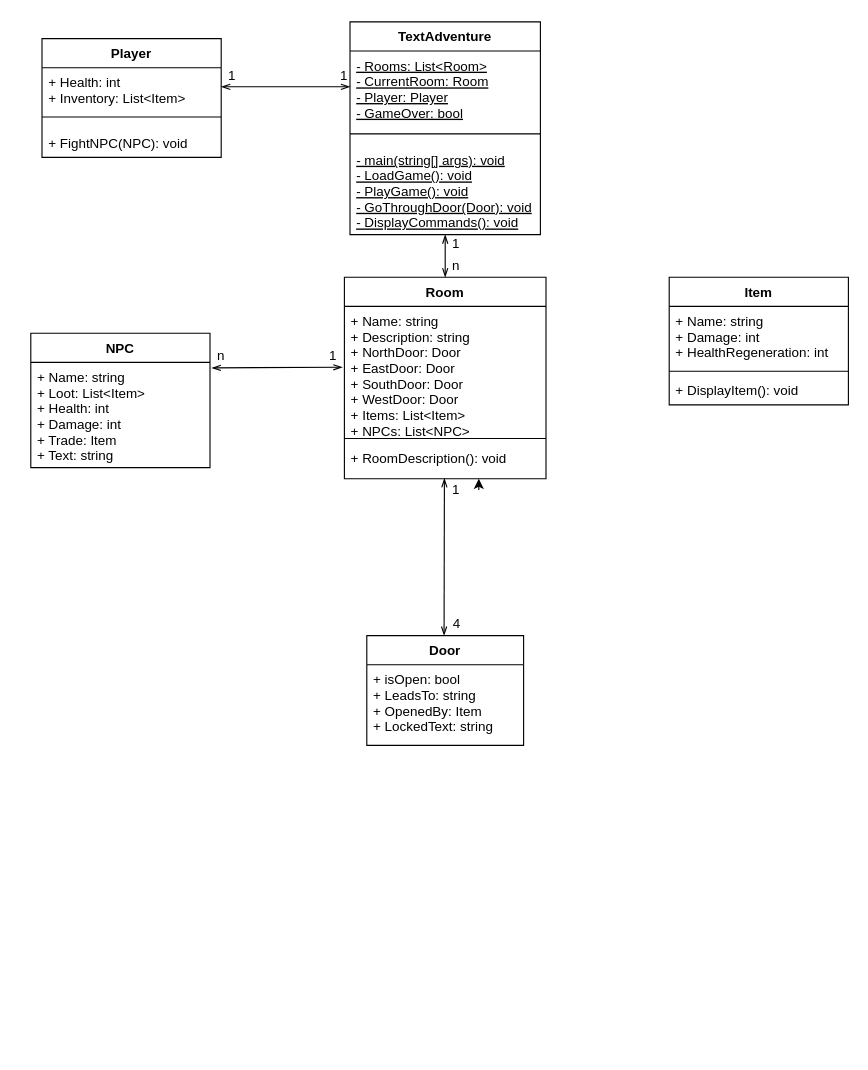
Before: Concept/UML/Classes.drawio in keckluis/Softwaredesign_Abschlussaufgabe, a draw.io diagram. Source tidied: cells renumbered, new cells numbered last; positions are measured from the earlier drawing's top-left corner, leaving out a move shared by most shapes. Both pictures are drawn from the tidied source at 112%, with x=0, y=0 at pixel (30, 21).
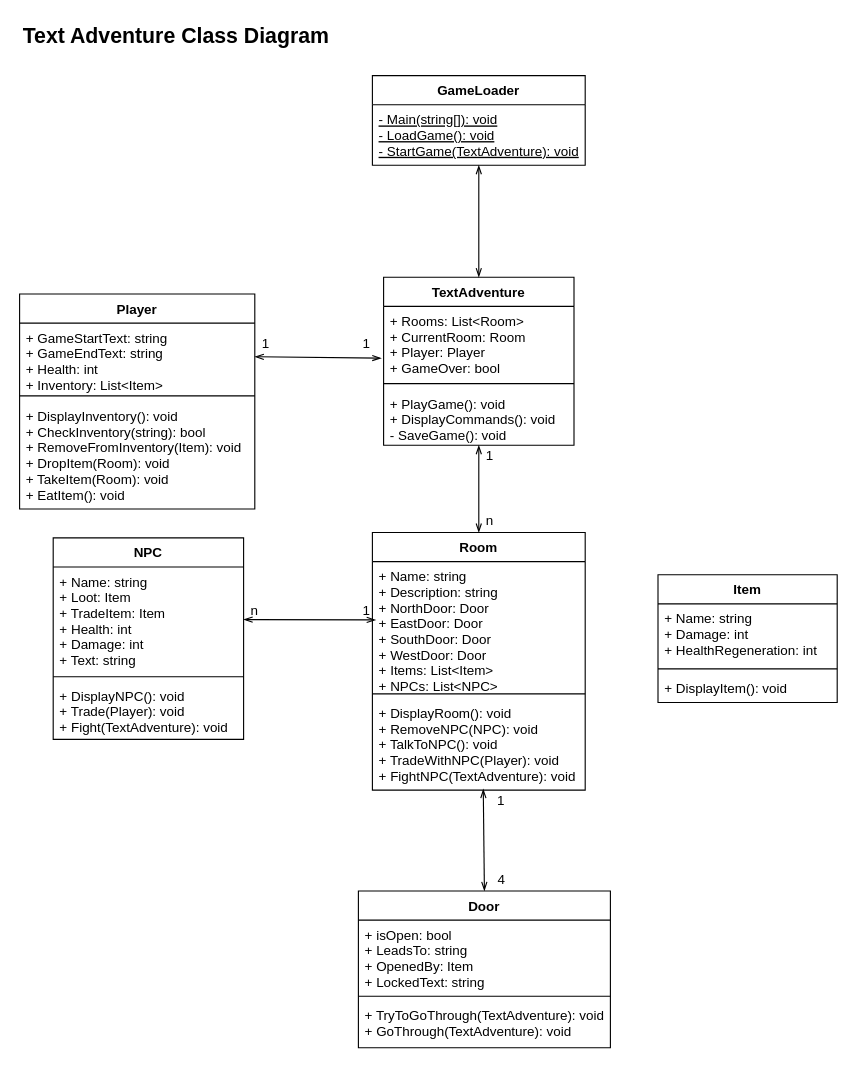
After the change.

Diff of the diagram source:
```diff
@@
     <mxCell id="2" value="TextAdventure" style="swimlane;fontStyle=1;align=center;verticalAlign=top;horizontal=1;startSize=26;" parent="1" vertex="1">
-      <mxGeometry x="285" width="170" height="190" as="geometry" />
+      <mxGeometry x="315" y="228" width="170" height="150" as="geometry" />
     </mxCell>
-    <mxCell id="3" value="- Rooms: List&lt;Room&gt;&#10;- CurrentRoom: Room&#10;- Player: Player&#10;- GameOver: bool" style="text;strokeColor=none;fillColor=none;align=left;verticalAlign=top;spacingLeft=4;spacingRight=4;overflow=hidden;points=[[0,0.5],[1,0.5]];portConstraint=eastwest;fontStyle=4;" parent="2" vertex="1">
+    <mxCell id="3" value="+ Rooms: List&lt;Room&gt;&#10;+ CurrentRoom: Room&#10;+ Player: Player&#10;+ GameOver: bool" style="text;strokeColor=none;fillColor=none;align=left;verticalAlign=top;spacingLeft=4;spacingRight=4;overflow=hidden;points=[[0,0.5],[1,0.5]];portConstraint=eastwest;fontStyle=0;" parent="2" vertex="1">
       <mxGeometry y="26" width="170" height="64" as="geometry" />
     </mxCell>
     <mxCell id="4" style="line;strokeWidth=1;fillColor=none;align=left;verticalAlign=middle;spacingTop=-1;spacingLeft=3;spacingRight=3;labelPosition=right;" parent="2" vertex="1">
-      <mxGeometry y="90" width="170" height="20" as="geometry" />
+      <mxGeometry y="90" width="170" height="10" as="geometry" />
     </mxCell>
-    <mxCell id="5" value="- main(string[] args): void&#10;- LoadGame(): void&#10;- PlayGame(): void&#10;- GoThroughDoor(Door): void&#10;- DisplayCommands(): void" style="text;strokeColor=none;fillColor=none;align=left;verticalAlign=top;spacingLeft=4;spacingRight=4;overflow=hidden;points=[[0,0.5],[1,0.5]];portConstraint=eastwest;fontStyle=4;" parent="2" vertex="1">
-      <mxGeometry y="110" width="170" height="80" as="geometry" />
+    <mxCell id="5" value="+ PlayGame(): void&#10;+ DisplayCommands(): void&#10;- SaveGame(): void" style="text;strokeColor=none;fillColor=none;align=left;verticalAlign=top;spacingLeft=4;spacingRight=4;overflow=hidden;points=[[0,0.5],[1,0.5]];portConstraint=eastwest;fontStyle=0;" parent="2" vertex="1">
+      <mxGeometry y="100" width="170" height="50" as="geometry" />
     </mxCell>
     <mxCell id="6" value="Room" style="swimlane;fontStyle=1;align=center;verticalAlign=top;horizontal=1;startSize=26;" parent="1" vertex="1">
-      <mxGeometry x="280" y="228" width="180" height="180" as="geometry" />
+      <mxGeometry x="305" y="456" width="190" height="230" as="geometry" />
     </mxCell>
     <mxCell id="7" value="+ Name: string&#10;+ Description: string&#10;+ NorthDoor: Door&#10;+ EastDoor: Door&#10;+ SouthDoor: Door&#10;+ WestDoor: Door&#10;+ Items: List&lt;Item&gt;&#10;+ NPCs: List&lt;NPC&gt;" style="text;strokeColor=none;fillColor=none;align=left;verticalAlign=top;spacingLeft=4;spacingRight=4;overflow=hidden;points=[[0,0.5],[1,0.5]];portConstraint=eastwest;" parent="6" vertex="1">
-      <mxGeometry y="26" width="180" height="114" as="geometry" />
+      <mxGeometry y="26" width="190" height="114" as="geometry" />
     </mxCell>
     <mxCell id="8" style="line;strokeWidth=1;fillColor=none;align=left;verticalAlign=middle;spacingTop=-1;spacingLeft=3;spacingRight=3;labelPosition=right;" parent="6" vertex="1">
-      <mxGeometry y="140" width="180" height="8" as="geometry" />
+      <mxGeometry y="140" width="190" height="8" as="geometry" />
     </mxCell>
-    <mxCell id="9" value="+ RoomDescription(): void&#10;" style="text;strokeColor=none;fillColor=none;align=left;verticalAlign=top;spacingLeft=4;spacingRight=4;overflow=hidden;points=[[0,0.5],[1,0.5]];portConstraint=eastwest;" parent="6" vertex="1">
-      <mxGeometry y="148" width="180" height="32" as="geometry" />
+    <mxCell id="9" value="+ DisplayRoom(): void&#10;+ RemoveNPC(NPC): void&#10;+ TalkToNPC(): void&#10;+ TradeWithNPC(Player): void&#10;+ FightNPC(TextAdventure): void&#10;" style="text;strokeColor=none;fillColor=none;align=left;verticalAlign=top;spacingLeft=4;spacingRight=4;overflow=hidden;points=[[0,0.5],[1,0.5]];portConstraint=eastwest;" parent="6" vertex="1">
+      <mxGeometry y="148" width="190" height="82" as="geometry" />
     </mxCell>
-    <mxCell id="10" value="Door" style="swimlane;fontStyle=1;horizontal=1;startSize=26;fillColor=none;" parent="1" vertex="1">
-      <mxGeometry x="300" y="548" width="140" height="98" as="geometry" />
-    </mxCell>
-    <mxCell id="11" value="+ isOpen: bool&#10;+ LeadsTo: string&#10;+ OpenedBy: Item&#10;+ LockedText: string" style="text;strokeColor=none;fillColor=none;align=left;verticalAlign=top;spacingLeft=4;spacingRight=4;overflow=hidden;" parent="10" vertex="1">
-      <mxGeometry y="26" width="140" height="72" as="geometry" />
-    </mxCell>
-    <mxCell id="12" style="endArrow=openThin;startArrow=openThin;html=1;entryX=0.496;entryY=0.985;entryDx=0;entryDy=0;entryPerimeter=0;startFill=0;endFill=0;" parent="1" edge="1" target="9">
+    <mxCell id="12" style="endArrow=openThin;startArrow=openThin;html=1;startFill=0;endFill=0;exitX=0.5;exitY=0;exitDx=0;exitDy=0;" parent="1" edge="1" source="10">
       <mxGeometry relative="1" as="geometry">
-        <mxPoint x="369" y="548" as="sourcePoint" />
+        <mxPoint x="404" y="685" as="targetPoint" />
       </mxGeometry>
     </mxCell>
-    <mxCell id="13" style="edgeStyle=orthogonalEdgeStyle;rounded=0;jettySize=auto;html=1;exitX=1;exitY=0.5;exitDx=0;exitDy=0;" parent="1" edge="1" source="14">
-      <mxGeometry relative="1" as="geometry">
-        <mxPoint x="400" y="408" as="targetPoint" />
-      </mxGeometry>
-    </mxCell>
-    <mxCell id="14" value="1" style="text;html=1;strokeColor=none;fillColor=none;align=center;verticalAlign=middle;whiteSpace=wrap;rounded=0;" parent="1" vertex="1">
-      <mxGeometry x="360" y="408" width="40" height="20" as="geometry" />
-    </mxCell>
     <mxCell id="15" value="4" style="text;html=1;align=center;verticalAlign=middle;" parent="1" vertex="1">
-      <mxGeometry x="370" y="528" width="20" height="20" as="geometry" />
+      <mxGeometry x="410" y="756" width="20" height="20" as="geometry" />
     </mxCell>
@@
     <mxCell id="17" value="1" style="text;html=1;strokeColor=none;fillColor=none;align=center;verticalAlign=middle;whiteSpace=wrap;rounded=0;" parent="1" vertex="1">
-      <mxGeometry x="360" y="188" width="40" height="20" as="geometry" />
+      <mxGeometry x="390" y="378" width="40" height="20" as="geometry" />
     </mxCell>
     <mxCell id="18" value="n" style="text;html=1;strokeColor=none;fillColor=none;align=center;verticalAlign=middle;whiteSpace=wrap;rounded=0;" parent="1" vertex="1">
-      <mxGeometry x="360" y="208" width="40" height="20" as="geometry" />
+      <mxGeometry x="390" y="436" width="40" height="20" as="geometry" />
     </mxCell>
-    <mxCell id="19" value="NPC" style="swimlane;fontStyle=1;align=center;verticalAlign=top;horizontal=1;startSize=26;" parent="1" vertex="1">
-      <mxGeometry y="278" width="160" height="120" as="geometry" />
-    </mxCell>
-    <mxCell id="20" value="+ Name: string&#10;+ Loot: List&lt;Item&gt;&#10;+ Health: int&#10;+ Damage: int&#10;+ Trade: Item&#10;+ Text: string" style="text;strokeColor=none;fillColor=none;align=left;verticalAlign=top;spacingLeft=4;spacingRight=4;overflow=hidden;points=[[0,0.5],[1,0.5]];portConstraint=eastwest;" parent="19" vertex="1">
-      <mxGeometry y="26" width="160" height="94" as="geometry" />
-    </mxCell>
-    <mxCell id="21" style="rounded=0;jettySize=auto;html=1;startArrow=openThin;startFill=0;endArrow=openThin;endFill=0;entryX=0;entryY=0.5;entryDx=0;entryDy=0;exitX=1;exitY=0.5;exitDx=0;exitDy=0;" parent="1" edge="1" source="28" target="3">
+    <mxCell id="21" style="rounded=0;jettySize=auto;html=1;startArrow=openThin;startFill=0;endArrow=openThin;endFill=0;entryX=-0.012;entryY=0.723;entryDx=0;entryDy=0;exitX=1;exitY=0.5;exitDx=0;exitDy=0;entryPerimeter=0;" parent="1" edge="1" source="28" target="3">
       <mxGeometry relative="1" as="geometry" />
     </mxCell>
     <mxCell id="22" value="1" style="text;html=1;strokeColor=none;fillColor=none;align=center;verticalAlign=middle;whiteSpace=wrap;rounded=0;" parent="1" vertex="1">
-      <mxGeometry x="160" y="38" width="40" height="20" as="geometry" />
+      <mxGeometry x="190" y="278" width="40" height="20" as="geometry" />
     </mxCell>
     <mxCell id="23" value="1" style="text;html=1;strokeColor=none;fillColor=none;align=center;verticalAlign=middle;whiteSpace=wrap;rounded=0;" parent="1" vertex="1">
-      <mxGeometry x="260" y="38" width="40" height="20" as="geometry" />
+      <mxGeometry x="280" y="278" width="40" height="20" as="geometry" />
     </mxCell>
-    <mxCell id="24" style="edgeStyle=none;rounded=0;jettySize=auto;html=1;entryX=1.01;entryY=0.053;entryDx=0;entryDy=0;startArrow=openThin;startFill=0;endArrow=openThin;endFill=0;exitX=-0.01;exitY=0.477;exitDx=0;exitDy=0;entryPerimeter=0;exitPerimeter=0;" parent="1" edge="1" source="7" target="20">
-      <mxGeometry relative="1" as="geometry" />
+    <mxCell id="24" style="edgeStyle=none;rounded=0;jettySize=auto;html=1;entryX=1;entryY=0.5;entryDx=0;entryDy=0;startArrow=openThin;startFill=0;endArrow=openThin;endFill=0;" parent="1" edge="1" target="37">
+      <mxGeometry relative="1" as="geometry">
+        <mxPoint x="308" y="534" as="sourcePoint" />
+      </mxGeometry>
     </mxCell>
     <mxCell id="25" value="n" style="text;html=1;strokeColor=none;fillColor=none;align=center;verticalAlign=middle;whiteSpace=wrap;rounded=0;" parent="1" vertex="1">
-      <mxGeometry x="150" y="288" width="40" height="20" as="geometry" />
+      <mxGeometry x="180" y="516" width="40" height="20" as="geometry" />
     </mxCell>
     <mxCell id="26" value="1" style="text;html=1;strokeColor=none;fillColor=none;align=center;verticalAlign=middle;whiteSpace=wrap;rounded=0;" parent="1" vertex="1">
-      <mxGeometry x="250" y="288" width="40" height="20" as="geometry" />
+      <mxGeometry x="280" y="516" width="40" height="20" as="geometry" />
     </mxCell>
     <mxCell id="27" value="Player" style="swimlane;fontStyle=1;align=center;verticalAlign=top;horizontal=1;startSize=26;" parent="1" vertex="1">
-      <mxGeometry x="10" y="15" width="160" height="106" as="geometry" />
+      <mxGeometry x="-10" y="243" width="210" height="192" as="geometry" />
     </mxCell>
-    <mxCell id="28" value="+ Health: int&#10;+ Inventory: List&lt;Item&gt;&#10;" style="text;strokeColor=none;fillColor=none;align=left;verticalAlign=top;spacingLeft=4;spacingRight=4;overflow=hidden;points=[[0,0.5],[1,0.5]];portConstraint=eastwest;" parent="27" vertex="1">
-      <mxGeometry y="26" width="160" height="34" as="geometry" />
+    <mxCell id="28" value="+ GameStartText: string&#10;+ GameEndText: string&#10;+ Health: int&#10;+ Inventory: List&lt;Item&gt;&#10;" style="text;strokeColor=none;fillColor=none;align=left;verticalAlign=top;spacingLeft=4;spacingRight=4;overflow=hidden;points=[[0,0.5],[1,0.5]];portConstraint=eastwest;" parent="27" vertex="1">
+      <mxGeometry y="26" width="210" height="60" as="geometry" />
     </mxCell>
     <mxCell id="29" style="line;strokeWidth=1;fillColor=none;align=left;verticalAlign=middle;spacingTop=-1;spacingLeft=3;spacingRight=3;labelPosition=right;" parent="27" vertex="1">
-      <mxGeometry y="60" width="160" height="20" as="geometry" />
+      <mxGeometry y="86" width="210" height="10" as="geometry" />
     </mxCell>
-    <mxCell id="30" value="+ FightNPC(NPC): void" style="text;strokeColor=none;fillColor=none;align=left;verticalAlign=top;spacingLeft=4;spacingRight=4;overflow=hidden;" parent="27" vertex="1">
-      <mxGeometry y="80" width="160" height="26" as="geometry" />
+    <mxCell id="30" value="+ DisplayInventory(): void&#10;+ CheckInventory(string): bool&#10;+ RemoveFromInventory(Item): void&#10;+ DropItem(Room): void&#10;+ TakeItem(Room): void&#10;+ EatItem(): void&#10;" style="text;strokeColor=none;fillColor=none;align=left;verticalAlign=top;spacingLeft=4;spacingRight=4;overflow=hidden;" parent="27" vertex="1">
+      <mxGeometry y="96" width="210" height="96" as="geometry" />
     </mxCell>
     <mxCell id="31" value="Item" style="swimlane;fontStyle=1;align=center;verticalAlign=top;horizontal=1;startSize=26;" parent="1" vertex="1">
-      <mxGeometry x="570" y="228" width="160" height="114" as="geometry" />
+      <mxGeometry x="560" y="493.7" width="160" height="114" as="geometry" />
     </mxCell>
@@
+    <mxCell id="14" value="1" style="text;html=1;strokeColor=none;fillColor=none;align=center;verticalAlign=middle;whiteSpace=wrap;rounded=0;" parent="1" vertex="1">
+      <mxGeometry x="400" y="686" width="40" height="20" as="geometry" />
+    </mxCell>
+    <mxCell id="10" value="Door" style="swimlane;fontStyle=1;align=center;verticalAlign=top;horizontal=1;startSize=26;" parent="1" vertex="1">
+      <mxGeometry x="292.5" y="776" width="225" height="140" as="geometry" />
+    </mxCell>
+    <mxCell id="11" value="+ isOpen: bool&#10;+ LeadsTo: string&#10;+ OpenedBy: Item&#10;+ LockedText: string" style="text;strokeColor=none;fillColor=none;align=left;verticalAlign=top;spacingLeft=4;spacingRight=4;overflow=hidden;" parent="10" vertex="1">
+      <mxGeometry y="26" width="225" height="64" as="geometry" />
+    </mxCell>
+    <mxCell id="35" style="line;strokeWidth=1;fillColor=none;align=left;verticalAlign=middle;spacingTop=-1;spacingLeft=3;spacingRight=3;labelPosition=right;" parent="10" vertex="1">
+      <mxGeometry y="90" width="225" height="8" as="geometry" />
+    </mxCell>
+    <mxCell id="36" value="+ TryToGoThrough(TextAdventure): void&#10;+ GoThrough(TextAdventure): void" style="text;strokeColor=none;fillColor=none;align=left;verticalAlign=top;spacingLeft=4;spacingRight=4;overflow=hidden;" parent="10" vertex="1">
+      <mxGeometry y="98" width="225" height="42" as="geometry" />
+    </mxCell>
+    <mxCell id="19" value="NPC" style="swimlane;fontStyle=1;align=center;verticalAlign=top;horizontal=1;startSize=26;" parent="1" vertex="1">
+      <mxGeometry x="20" y="460.7" width="170" height="180" as="geometry" />
+    </mxCell>
+    <mxCell id="37" value="+ Name: string&#10;+ Loot: Item&#10;+ TradeItem: Item&#10;+ Health: int&#10;+ Damage: int&#10;+ Text: string" style="text;strokeColor=none;fillColor=none;align=left;verticalAlign=top;spacingLeft=4;spacingRight=4;overflow=hidden;points=[[0,0.5],[1,0.5]];portConstraint=eastwest;" parent="19" vertex="1">
+      <mxGeometry y="26" width="170" height="94" as="geometry" />
+    </mxCell>
+    <mxCell id="38" style="line;strokeWidth=1;fillColor=none;align=left;verticalAlign=middle;spacingTop=-1;spacingLeft=3;spacingRight=3;labelPosition=right;" parent="19" vertex="1">
+      <mxGeometry y="120" width="170" height="8" as="geometry" />
+    </mxCell>
+    <mxCell id="39" value="+ DisplayNPC(): void&#10;+ Trade(Player): void&#10;+ Fight(TextAdventure): void" style="text;strokeColor=none;fillColor=none;align=left;verticalAlign=top;spacingLeft=4;spacingRight=4;overflow=hidden;" parent="19" vertex="1">
+      <mxGeometry y="128" width="170" height="52" as="geometry" />
+    </mxCell>
+    <mxCell id="40" style="edgeStyle=orthogonalEdgeStyle;rounded=0;jettySize=auto;html=1;startArrow=openThin;startFill=0;endArrow=openThin;endFill=0;" parent="1" edge="1" source="41" target="2">
+      <mxGeometry relative="1" as="geometry" />
+    </mxCell>
+    <mxCell id="41" value="GameLoader" style="swimlane;fontStyle=1;align=center;verticalAlign=top;horizontal=1;startSize=26;" parent="1" vertex="1">
+      <mxGeometry x="305" y="48" width="190" height="80" as="geometry" />
+    </mxCell>
+    <mxCell id="42" value="- Main(string[]): void&#10;- LoadGame(): void&#10;- StartGame(TextAdventure): void" style="text;strokeColor=none;fillColor=none;align=left;verticalAlign=top;spacingLeft=4;spacingRight=4;overflow=hidden;fontStyle=4;" parent="41" vertex="1">
+      <mxGeometry y="26" width="190" height="54" as="geometry" />
+    </mxCell>
+    <mxCell id="43" value="Text Adventure Class Diagram" style="text;align=center;fontStyle=1;verticalAlign=middle;spacingLeft=3;spacingRight=3;strokeColor=none;fontSize=19;" parent="1" vertex="1">
+      <mxGeometry x="90" y="-2" width="80" height="26" as="geometry" />
+    </mxCell>
```
